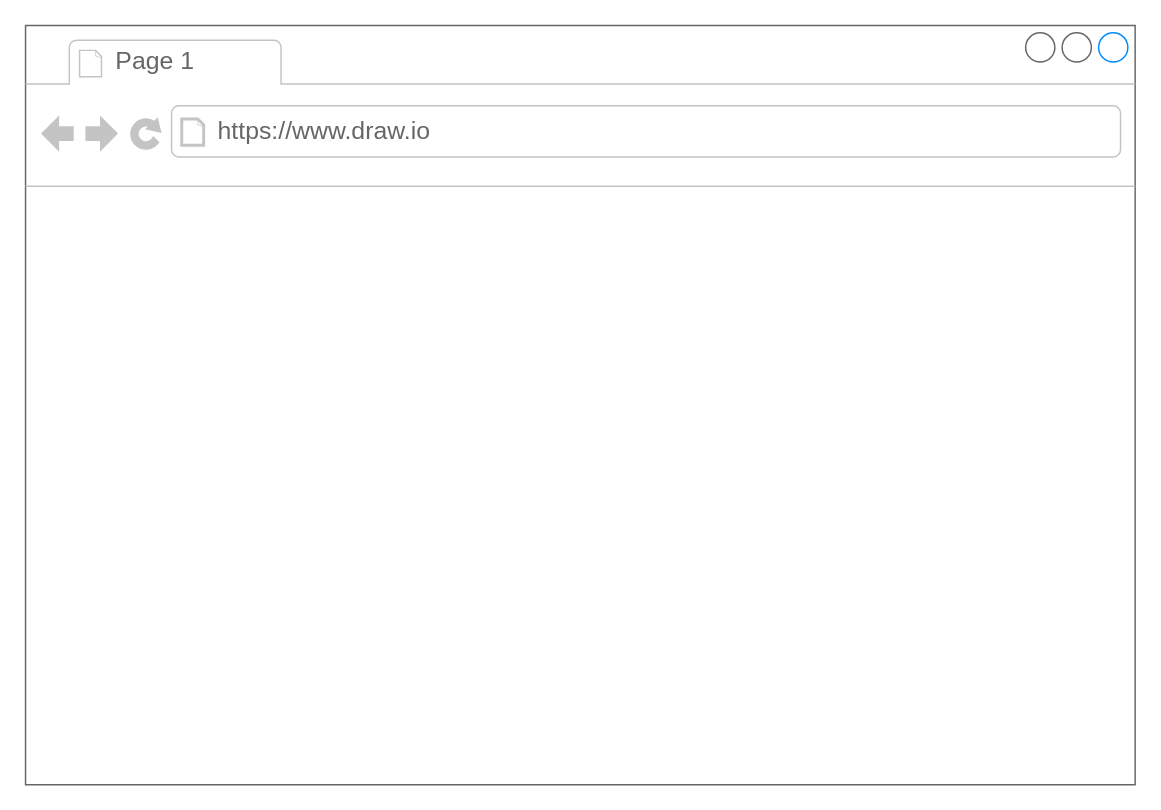
This is P4/userProfileCustomer.drawio from josura/HCI, a draw.io file, before an edit. Source tidied: cells renumbered, new cells numbered last; positions are measured from the earlier drawing's top-left corner, leaving out a move shared by most shapes. Both pictures are drawn from the tidied source at 146%, with x=0, y=0 at pixel (25, 25).
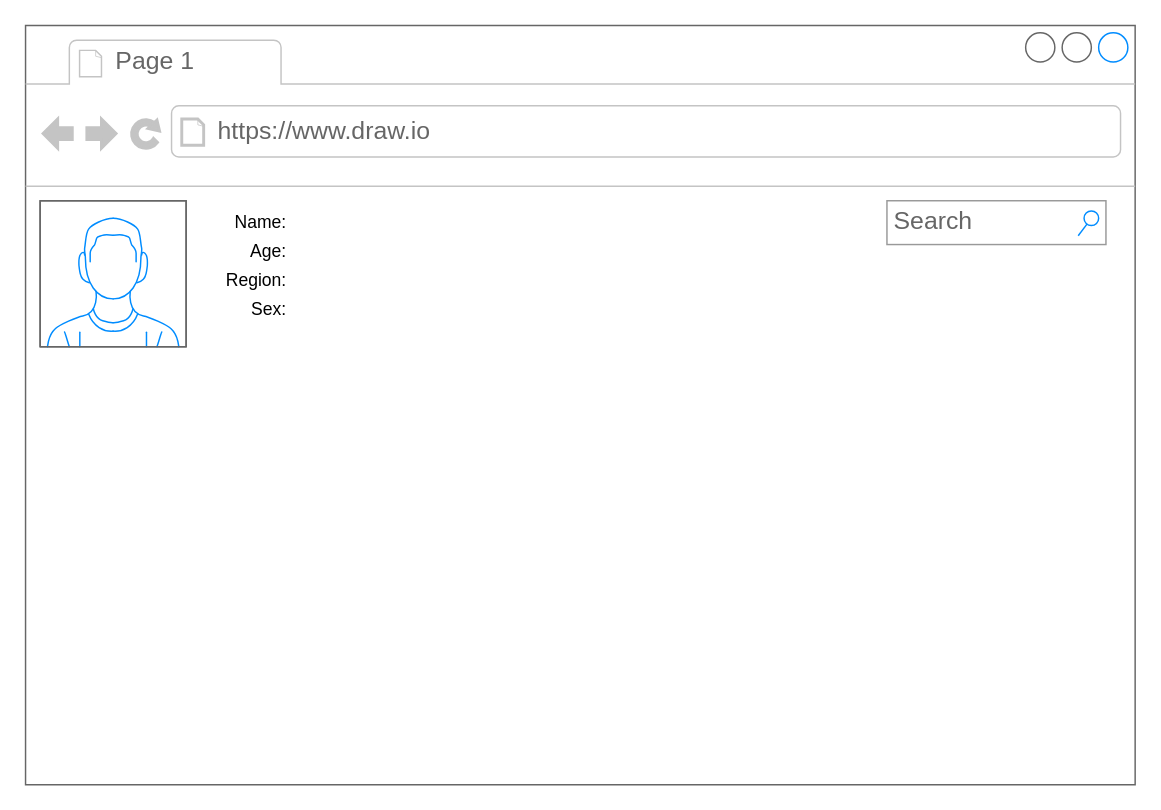
The same diagram, later.

Change to the diagram source:
```diff
@@
 <mxGraphModel>
   <root>
     <mxCell id="0" />
     <mxCell id="1" parent="0" />
     <mxCell id="2" style="strokeWidth=1;shadow=0;dashed=0;align=center;html=1;shape=mxgraph.mockup.containers.browserWindow;rSize=0;strokeColor=#666666;strokeColor2=#008cff;strokeColor3=#c4c4c4;mainText=,;" parent="1" vertex="1">
       <mxGeometry width="760" height="520" as="geometry" />
     </mxCell>
     <mxCell id="3" value="Page 1" style="strokeWidth=1;shadow=0;dashed=0;align=center;html=1;shape=mxgraph.mockup.containers.anchor;fontSize=17;fontColor=#666666;align=left;" parent="2" vertex="1">
       <mxGeometry x="60" y="12" width="110" height="26" as="geometry" />
     </mxCell>
     <mxCell id="4" value="https://www.draw.io" style="strokeWidth=1;shadow=0;dashed=0;align=center;html=1;shape=mxgraph.mockup.containers.anchor;rSize=0;fontSize=17;fontColor=#666666;align=left;" parent="2" vertex="1">
       <mxGeometry x="130" y="60" width="250" height="26" as="geometry" />
     </mxCell>
+    <mxCell id="5" style="verticalLabelPosition=bottom;shadow=0;dashed=0;align=center;html=1;verticalAlign=top;strokeWidth=1;shape=mxgraph.mockup.containers.userMale;strokeColor=#666666;strokeColor2=#008cff;" parent="2" vertex="1">
+      <mxGeometry x="10" y="120" width="100" height="100" as="geometry" />
+    </mxCell>
+    <mxCell id="6" value="Name:" style="text;html=1;align=right;verticalAlign=middle;strokeColor=none;fillColor=none;" parent="2" vertex="1">
+      <mxGeometry x="120" y="120" width="60" height="30" as="geometry" />
+    </mxCell>
+    <mxCell id="7" value="Age:" style="text;html=1;align=right;verticalAlign=middle;strokeColor=none;fillColor=none;" parent="2" vertex="1">
+      <mxGeometry x="130" y="140" width="50" height="30" as="geometry" />
+    </mxCell>
+    <mxCell id="8" value="Region:" style="text;html=1;align=right;verticalAlign=middle;strokeColor=none;fillColor=none;" parent="2" vertex="1">
+      <mxGeometry x="120" y="160" width="60" height="30" as="geometry" />
+    </mxCell>
+    <mxCell id="9" value="Sex:" style="text;html=1;align=right;verticalAlign=middle;strokeColor=none;fillColor=none;" parent="2" vertex="1">
+      <mxGeometry x="130" y="180" width="50" height="30" as="geometry" />
+    </mxCell>
+    <mxCell id="10" value="Search" style="strokeWidth=1;shadow=0;dashed=0;align=center;html=1;shape=mxgraph.mockup.forms.searchBox;strokeColor=#999999;mainText=;strokeColor2=#008cff;fontColor=#666666;fontSize=17;align=left;spacingLeft=3;" parent="2" vertex="1">
+      <mxGeometry x="590" y="120" width="150" height="30" as="geometry" />
+    </mxCell>
   </root>
 </mxGraphModel>
```
